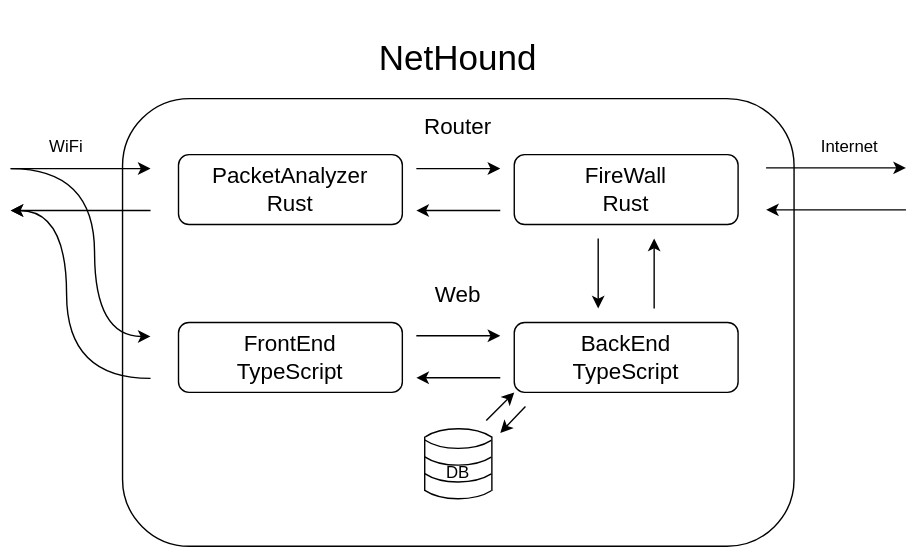
This is public/NetHoundDiagrama.svg from flipps12/NetHound-Web, a draw.io export, as it was before one commit. Source tidied: cells renumbered, new cells last; positions are measured from the earlier drawing's top-left corner, leaving out a move shared by most shapes.
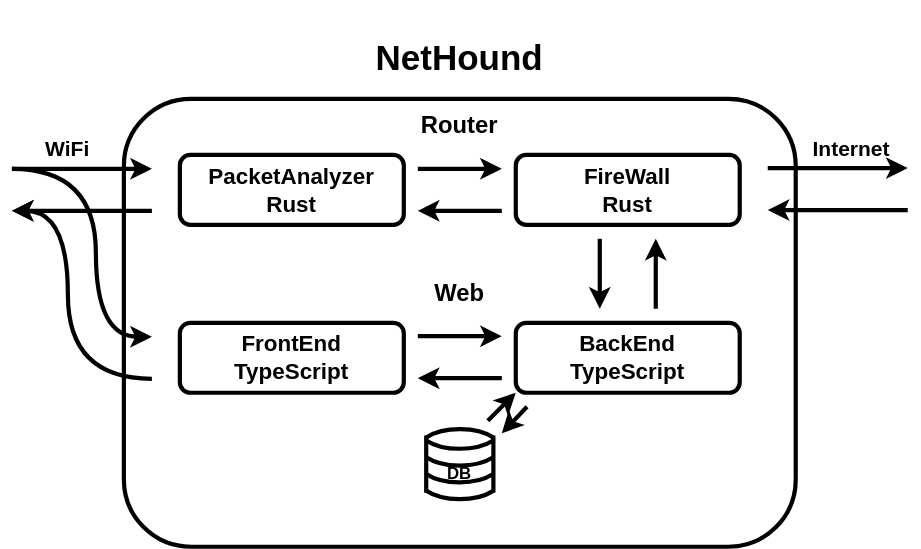
The same diagram one commit later.

Commit message:
Diagrama - titulo

Diff of the diagram source:
```diff
@@ -2,85 +2,85 @@
   <root>
     <mxCell id="0" />
     <mxCell id="1" parent="0" />
-    <mxCell id="2" value="&lt;font style=&quot;font-size: 16px;&quot;&gt;PacketAnalyzer&lt;/font&gt;&lt;div&gt;&lt;font style=&quot;font-size: 16px;&quot;&gt;Rust&lt;/font&gt;&lt;/div&gt;" style="rounded=1;whiteSpace=wrap;html=1;gradientColor=default;fillColor=none;" parent="1" vertex="1">
+    <mxCell id="2" value="&lt;font style=&quot;font-size: 16px;&quot;&gt;PacketAnalyzer&lt;/font&gt;&lt;div&gt;&lt;font style=&quot;font-size: 16px;&quot;&gt;Rust&lt;/font&gt;&lt;/div&gt;" style="rounded=1;whiteSpace=wrap;html=1;gradientColor=default;fillColor=none;strokeWidth=3;fontStyle=1;" parent="1" vertex="1">
       <mxGeometry x="120" y="110" width="160" height="50" as="geometry" />
     </mxCell>
-    <mxCell id="3" value="&lt;font style=&quot;font-size: 25px;&quot;&gt;NetHound&lt;/font&gt;" style="text;html=1;align=center;verticalAlign=middle;whiteSpace=wrap;rounded=0;" parent="1" vertex="1">
+    <mxCell id="3" value="&lt;font style=&quot;font-size: 25px;&quot;&gt;NetHound&lt;/font&gt;" style="text;html=1;align=center;verticalAlign=middle;whiteSpace=wrap;rounded=0;strokeWidth=3;fontStyle=1;" parent="1" vertex="1">
       <mxGeometry x="240" width="160" height="80" as="geometry" />
     </mxCell>
-    <mxCell id="4" value="&lt;font style=&quot;font-size: 16px;&quot;&gt;FireWall&lt;/font&gt;&lt;div&gt;&lt;font style=&quot;font-size: 16px;&quot;&gt;Rust&lt;/font&gt;&lt;/div&gt;" style="rounded=1;whiteSpace=wrap;html=1;gradientColor=default;fillColor=none;" parent="1" vertex="1">
+    <mxCell id="4" value="&lt;font style=&quot;font-size: 16px;&quot;&gt;FireWall&lt;/font&gt;&lt;div&gt;&lt;font style=&quot;font-size: 16px;&quot;&gt;Rust&lt;/font&gt;&lt;/div&gt;" style="rounded=1;whiteSpace=wrap;html=1;gradientColor=default;fillColor=none;strokeWidth=3;fontStyle=1;" parent="1" vertex="1">
       <mxGeometry x="360" y="110" width="160" height="50" as="geometry" />
     </mxCell>
-    <mxCell id="5" value="&lt;span style=&quot;font-size: 16px;&quot;&gt;FrontEnd&lt;/span&gt;&lt;div&gt;&lt;span style=&quot;font-size: 16px;&quot;&gt;TypeScript&lt;/span&gt;&lt;span style=&quot;color: rgba(0, 0, 0, 0); font-family: monospace; font-size: 0px; text-align: start; text-wrap-mode: nowrap; background-color: transparent;&quot;&gt;%3CmxGraphModel%3E%3Croot%3E%3CmxCell%20id%3D%220%22%2F%3E%3CmxCell%20id%3D%221%22%20parent%3D%220%22%2F%3E%3CmxCell%20id%3D%222%22%20value%3D%22%26lt%3Bfont%20style%3D%26quot%3Bfont-size%3A%2016px%3B%26quot%3B%26gt%3BPacketAnalyzer%26lt%3B%2Ffont%26gt%3B%26lt%3Bdiv%26gt%3B%26lt%3Bfont%20style%3D%26quot%3Bfont-size%3A%2016px%3B%26quot%3B%26gt%3BRust%26lt%3B%2Ffont%26gt%3B%26lt%3B%2Fdiv%26gt%3B%22%20style%3D%22rounded%3D1%3BwhiteSpace%3Dwrap%3Bhtml%3D1%3BgradientColor%3Ddefault%3BfillColor%3Dnone%3B%22%20vertex%3D%221%22%20parent%3D%221%22%3E%3CmxGeometry%20x%3D%22270%22%20y%3D%22340%22%20width%3D%22150%22%20height%3D%2250%22%20as%3D%22geometry%22%2F%3E%3C%2FmxCell%3E%3C%2Froot%3E%3C%2FmxGraphModel%3E&lt;/span&gt;&lt;/div&gt;" style="rounded=1;whiteSpace=wrap;html=1;gradientColor=default;fillColor=none;" parent="1" vertex="1">
+    <mxCell id="5" value="&lt;span style=&quot;font-size: 16px;&quot;&gt;FrontEnd&lt;/span&gt;&lt;div&gt;&lt;span style=&quot;font-size: 16px;&quot;&gt;TypeScript&lt;/span&gt;&lt;span style=&quot;color: rgba(0, 0, 0, 0); font-family: monospace; font-size: 0px; text-align: start; text-wrap-mode: nowrap; background-color: transparent;&quot;&gt;%3CmxGraphModel%3E%3Croot%3E%3CmxCell%20id%3D%220%22%2F%3E%3CmxCell%20id%3D%221%22%20parent%3D%220%22%2F%3E%3CmxCell%20id%3D%222%22%20value%3D%22%26lt%3Bfont%20style%3D%26quot%3Bfont-size%3A%2016px%3B%26quot%3B%26gt%3BPacketAnalyzer%26lt%3B%2Ffont%26gt%3B%26lt%3Bdiv%26gt%3B%26lt%3Bfont%20style%3D%26quot%3Bfont-size%3A%2016px%3B%26quot%3B%26gt%3BRust%26lt%3B%2Ffont%26gt%3B%26lt%3B%2Fdiv%26gt%3B%22%20style%3D%22rounded%3D1%3BwhiteSpace%3Dwrap%3Bhtml%3D1%3BgradientColor%3Ddefault%3BfillColor%3Dnone%3B%22%20vertex%3D%221%22%20parent%3D%221%22%3E%3CmxGeometry%20x%3D%22270%22%20y%3D%22340%22%20width%3D%22150%22%20height%3D%2250%22%20as%3D%22geometry%22%2F%3E%3C%2FmxCell%3E%3C%2Froot%3E%3C%2FmxGraphModel%3E&lt;/span&gt;&lt;/div&gt;" style="rounded=1;whiteSpace=wrap;html=1;gradientColor=default;fillColor=none;strokeWidth=3;fontStyle=1;" parent="1" vertex="1">
       <mxGeometry x="120" y="230" width="160" height="50" as="geometry" />
     </mxCell>
-    <mxCell id="6" value="&lt;span style=&quot;font-size: 16px;&quot;&gt;BackEnd&lt;/span&gt;&lt;div&gt;&lt;span style=&quot;font-size: 16px;&quot;&gt;TypeScript&lt;/span&gt;&lt;span style=&quot;color: rgba(0, 0, 0, 0); font-family: monospace; font-size: 0px; text-align: start; text-wrap-mode: nowrap; background-color: transparent;&quot;&gt;%3CmxGraphModel%3E%3Croot%3E%3CmxCell%20id%3D%220%22%2F%3E%3CmxCell%20id%3D%221%22%20parent%3D%220%22%2F%3E%3CmxCell%20id%3D%222%22%20value%3D%22%26lt%3Bfont%20style%3D%26quot%3Bfont-size%3A%2016px%3B%26quot%3B%26gt%3BPacketAnalyzer%26lt%3B%2Ffont%26gt%3B%26lt%3Bdiv%26gt%3B%26lt%3Bfont%20style%3D%26quot%3Bfont-size%3A%2016px%3B%26quot%3B%26gt%3BRust%26lt%3B%2Ffont%26gt%3B%26lt%3B%2Fdiv%26gt%3B%22%20style%3D%22rounded%3D1%3BwhiteSpace%3Dwrap%3Bhtml%3D1%3BgradientColor%3Ddefault%3BfillColor%3Dnone%3B%22%20vertex%3D%221%22%20parent%3D%221%22%3E%3CmxGeometry%20x%3D%22270%22%20y%3D%22340%22%20width%3D%22150%22%20height%3D%2250%22%20as%3D%22geometry%22%2F%3E%3C%2FmxCell%3E%3C%2Froot%3E%3C%2FmxGraphModel%3E&lt;/span&gt;&lt;/div&gt;" style="rounded=1;whiteSpace=wrap;html=1;gradientColor=default;fillColor=none;" parent="1" vertex="1">
+    <mxCell id="6" value="&lt;span style=&quot;font-size: 16px;&quot;&gt;BackEnd&lt;/span&gt;&lt;div&gt;&lt;span style=&quot;font-size: 16px;&quot;&gt;TypeScript&lt;/span&gt;&lt;span style=&quot;color: rgba(0, 0, 0, 0); font-family: monospace; font-size: 0px; text-align: start; text-wrap-mode: nowrap; background-color: transparent;&quot;&gt;%3CmxGraphModel%3E%3Croot%3E%3CmxCell%20id%3D%220%22%2F%3E%3CmxCell%20id%3D%221%22%20parent%3D%220%22%2F%3E%3CmxCell%20id%3D%222%22%20value%3D%22%26lt%3Bfont%20style%3D%26quot%3Bfont-size%3A%2016px%3B%26quot%3B%26gt%3BPacketAnalyzer%26lt%3B%2Ffont%26gt%3B%26lt%3Bdiv%26gt%3B%26lt%3Bfont%20style%3D%26quot%3Bfont-size%3A%2016px%3B%26quot%3B%26gt%3BRust%26lt%3B%2Ffont%26gt%3B%26lt%3B%2Fdiv%26gt%3B%22%20style%3D%22rounded%3D1%3BwhiteSpace%3Dwrap%3Bhtml%3D1%3BgradientColor%3Ddefault%3BfillColor%3Dnone%3B%22%20vertex%3D%221%22%20parent%3D%221%22%3E%3CmxGeometry%20x%3D%22270%22%20y%3D%22340%22%20width%3D%22150%22%20height%3D%2250%22%20as%3D%22geometry%22%2F%3E%3C%2FmxCell%3E%3C%2Froot%3E%3C%2FmxGraphModel%3E&lt;/span&gt;&lt;/div&gt;" style="rounded=1;whiteSpace=wrap;html=1;gradientColor=default;fillColor=none;strokeWidth=3;fontStyle=1;" parent="1" vertex="1">
       <mxGeometry x="360" y="230" width="160" height="50" as="geometry" />
     </mxCell>
-    <mxCell id="7" style="endArrow=classic;html=1;rounded=0;" parent="1" edge="1">
+    <mxCell id="7" style="endArrow=classic;html=1;rounded=0;strokeWidth=3;fontStyle=1;" parent="1" edge="1">
       <mxGeometry relative="1" as="geometry">
         <mxPoint x="290" y="120" as="sourcePoint" />
         <mxPoint x="350" y="120" as="targetPoint" />
       </mxGeometry>
     </mxCell>
-    <mxCell id="8" style="endArrow=classic;html=1;rounded=0;" parent="1" edge="1">
+    <mxCell id="8" style="endArrow=classic;html=1;rounded=0;strokeWidth=3;fontStyle=1;" parent="1" edge="1">
       <mxGeometry relative="1" as="geometry">
         <mxPoint x="350" y="150" as="sourcePoint" />
         <mxPoint x="290" y="150" as="targetPoint" />
       </mxGeometry>
     </mxCell>
-    <mxCell id="9" style="endArrow=classic;html=1;rounded=0;" parent="1" edge="1">
+    <mxCell id="9" style="endArrow=classic;html=1;rounded=0;strokeWidth=3;fontStyle=1;" parent="1" edge="1">
       <mxGeometry relative="1" as="geometry">
         <mxPoint x="290" y="239.6" as="sourcePoint" />
         <mxPoint x="350" y="239.6" as="targetPoint" />
       </mxGeometry>
     </mxCell>
-    <mxCell id="10" style="endArrow=classic;html=1;rounded=0;" parent="1" edge="1">
+    <mxCell id="10" style="endArrow=classic;html=1;rounded=0;strokeWidth=3;fontStyle=1;" parent="1" edge="1">
       <mxGeometry relative="1" as="geometry">
         <mxPoint x="350" y="269.6" as="sourcePoint" />
         <mxPoint x="290" y="269.6" as="targetPoint" />
       </mxGeometry>
     </mxCell>
-    <mxCell id="11" style="endArrow=classic;html=1;rounded=0;" parent="1" edge="1">
+    <mxCell id="11" style="endArrow=classic;html=1;rounded=0;strokeWidth=3;fontStyle=1;" parent="1" edge="1">
       <mxGeometry relative="1" as="geometry">
         <mxPoint x="460" y="220" as="sourcePoint" />
         <mxPoint x="460" y="170" as="targetPoint" />
       </mxGeometry>
     </mxCell>
-    <mxCell id="12" style="endArrow=classic;html=1;rounded=0;" parent="1" edge="1">
+    <mxCell id="12" style="endArrow=classic;html=1;rounded=0;strokeWidth=3;fontStyle=1;" parent="1" edge="1">
       <mxGeometry relative="1" as="geometry">
         <mxPoint x="420" y="170" as="sourcePoint" />
         <mxPoint x="420" y="220" as="targetPoint" />
       </mxGeometry>
     </mxCell>
-    <mxCell id="13" style="rounded=1;whiteSpace=wrap;html=1;fillColor=none;" parent="1" vertex="1">
+    <mxCell id="13" style="rounded=1;whiteSpace=wrap;html=1;fillColor=none;strokeWidth=3;fontStyle=1;" parent="1" vertex="1">
       <mxGeometry x="80" y="70" width="480" height="320" as="geometry" />
     </mxCell>
-    <mxCell id="14" style="endArrow=classic;html=1;rounded=0;" parent="1" edge="1">
+    <mxCell id="14" style="endArrow=classic;html=1;rounded=0;strokeWidth=3;fontStyle=1;" parent="1" edge="1">
       <mxGeometry relative="1" as="geometry">
         <mxPoint y="120" as="sourcePoint" />
         <mxPoint x="100" y="120" as="targetPoint" />
       </mxGeometry>
     </mxCell>
-    <mxCell id="15" style="endArrow=classic;html=1;rounded=0;" parent="1" edge="1">
+    <mxCell id="15" style="endArrow=classic;html=1;rounded=0;strokeWidth=3;fontStyle=1;" parent="1" edge="1">
       <mxGeometry relative="1" as="geometry">
         <mxPoint x="100" y="150" as="sourcePoint" />
         <mxPoint y="150" as="targetPoint" />
       </mxGeometry>
     </mxCell>
-    <mxCell id="16" style="endArrow=classic;html=1;rounded=0;" parent="1" edge="1">
+    <mxCell id="16" style="endArrow=classic;html=1;rounded=0;strokeWidth=3;fontStyle=1;" parent="1" edge="1">
       <mxGeometry relative="1" as="geometry">
         <mxPoint x="540" y="119.5" as="sourcePoint" />
         <mxPoint x="640" y="119.5" as="targetPoint" />
       </mxGeometry>
     </mxCell>
-    <mxCell id="17" style="endArrow=classic;html=1;rounded=0;" parent="1" edge="1">
+    <mxCell id="17" style="endArrow=classic;html=1;rounded=0;strokeWidth=3;fontStyle=1;" parent="1" edge="1">
       <mxGeometry relative="1" as="geometry">
         <mxPoint x="640" y="149.5" as="sourcePoint" />
         <mxPoint x="540" y="149.5" as="targetPoint" />
       </mxGeometry>
     </mxCell>
-    <mxCell id="18" style="curved=1;endArrow=classic;html=1;rounded=0;" parent="1" edge="1">
+    <mxCell id="18" style="curved=1;endArrow=classic;html=1;rounded=0;strokeWidth=3;fontStyle=1;" parent="1" edge="1">
       <mxGeometry relative="1" as="geometry">
         <mxPoint y="120" as="sourcePoint" />
         <mxPoint x="100" y="240" as="targetPoint" />
@@ -90,7 +90,7 @@
         </Array>
       </mxGeometry>
     </mxCell>
-    <mxCell id="19" style="curved=1;endArrow=classic;html=1;rounded=0;" parent="1" edge="1">
+    <mxCell id="19" style="curved=1;endArrow=classic;html=1;rounded=0;strokeWidth=3;fontStyle=1;" parent="1" edge="1">
       <mxGeometry relative="1" as="geometry">
         <mxPoint x="100" y="270" as="sourcePoint" />
         <mxPoint y="150" as="targetPoint" />
@@ -100,55 +100,55 @@
         </Array>
       </mxGeometry>
     </mxCell>
-    <mxCell id="20" value="WiFi" style="text;html=1;align=center;verticalAlign=middle;whiteSpace=wrap;rounded=0;" parent="1" vertex="1">
+    <mxCell id="20" value="WiFi" style="text;html=1;align=center;verticalAlign=middle;whiteSpace=wrap;rounded=0;strokeWidth=3;fontStyle=1;fontSize=15;" parent="1" vertex="1">
       <mxGeometry y="90" width="80" height="30" as="geometry" />
     </mxCell>
-    <mxCell id="21" value="Internet" style="text;html=1;align=center;verticalAlign=middle;whiteSpace=wrap;rounded=0;" parent="1" vertex="1">
+    <mxCell id="21" value="Internet" style="text;html=1;align=center;verticalAlign=middle;whiteSpace=wrap;rounded=0;strokeWidth=3;fontStyle=1;fontSize=15;" parent="1" vertex="1">
       <mxGeometry x="560" y="90" width="80" height="30" as="geometry" />
     </mxCell>
-    <mxCell id="22" style="endArrow=classic;html=1;rounded=0;" parent="1" edge="1">
+    <mxCell id="22" style="endArrow=classic;html=1;rounded=0;strokeWidth=3;fontStyle=1;" parent="1" edge="1">
       <mxGeometry relative="1" as="geometry">
         <mxPoint x="340" y="300" as="sourcePoint" />
         <mxPoint x="360" y="280" as="targetPoint" />
       </mxGeometry>
     </mxCell>
-    <mxCell id="23" style="endArrow=classic;html=1;rounded=0;" parent="1" edge="1">
+    <mxCell id="23" style="endArrow=classic;html=1;rounded=0;strokeWidth=3;fontStyle=1;" parent="1" edge="1">
       <mxGeometry relative="1" as="geometry">
         <mxPoint x="368" y="290" as="sourcePoint" />
         <mxPoint x="350" y="309" as="targetPoint" />
       </mxGeometry>
     </mxCell>
-    <mxCell id="24" style="group;" parent="1" vertex="1">
+    <mxCell id="24" style="group;strokeWidth=3;fontStyle=1;" parent="1" vertex="1">
       <mxGeometry x="290" y="290" width="60" height="66" as="geometry" />
     </mxCell>
-    <mxCell id="25" style="verticalLabelPosition=bottom;verticalAlign=top;html=1;shape=mxgraph.basic.arc;startAngle=0.35616786681902796;endAngle=0.6472844545759097;fillColor=default;" parent="24" vertex="1">
+    <mxCell id="25" style="verticalLabelPosition=bottom;verticalAlign=top;html=1;shape=mxgraph.basic.arc;startAngle=0.35616786681902796;endAngle=0.6472844545759097;fillColor=default;strokeWidth=3;fontStyle=1;" parent="24" vertex="1">
       <mxGeometry width="60" height="30" as="geometry" />
     </mxCell>
-    <mxCell id="26" style="group;" parent="24" vertex="1">
+    <mxCell id="26" style="group;strokeWidth=3;fontStyle=1;" parent="24" vertex="1">
       <mxGeometry y="12" width="60" height="54" as="geometry" />
     </mxCell>
-    <mxCell id="27" style="verticalLabelPosition=bottom;verticalAlign=top;html=1;shape=mxgraph.basic.arc;startAngle=0.35616786681902796;endAngle=0.6472844545759097;" parent="26" vertex="1">
+    <mxCell id="27" style="verticalLabelPosition=bottom;verticalAlign=top;html=1;shape=mxgraph.basic.arc;startAngle=0.35616786681902796;endAngle=0.6472844545759097;strokeWidth=3;fontStyle=1;" parent="26" vertex="1">
       <mxGeometry y="24" width="60" height="30" as="geometry" />
     </mxCell>
-    <mxCell id="28" style="verticalLabelPosition=bottom;verticalAlign=top;html=1;shape=mxgraph.basic.arc;startAngle=0.35616786681902796;endAngle=0.6472844545759097;fillColor=default;" parent="26" vertex="1">
+    <mxCell id="28" style="verticalLabelPosition=bottom;verticalAlign=top;html=1;shape=mxgraph.basic.arc;startAngle=0.35616786681902796;endAngle=0.6472844545759097;fillColor=default;strokeWidth=3;fontStyle=1;" parent="26" vertex="1">
       <mxGeometry y="12" width="60" height="30" as="geometry" />
     </mxCell>
-    <mxCell id="29" style="verticalLabelPosition=bottom;verticalAlign=top;html=1;shape=mxgraph.basic.arc;startAngle=0.35616786681902796;endAngle=0.6472844545759097;" parent="26" vertex="1">
+    <mxCell id="29" style="verticalLabelPosition=bottom;verticalAlign=top;html=1;shape=mxgraph.basic.arc;startAngle=0.35616786681902796;endAngle=0.6472844545759097;strokeWidth=3;fontStyle=1;" parent="26" vertex="1">
       <mxGeometry width="60" height="30" as="geometry" />
     </mxCell>
-    <mxCell id="30" style="verticalLabelPosition=bottom;verticalAlign=top;html=1;shape=mxgraph.basic.arc;startAngle=0.35616786681902796;endAngle=0.6472844545759097;fillColor=default;direction=west;" parent="26" vertex="1">
+    <mxCell id="30" style="verticalLabelPosition=bottom;verticalAlign=top;html=1;shape=mxgraph.basic.arc;startAngle=0.35616786681902796;endAngle=0.6472844545759097;fillColor=default;direction=west;strokeWidth=3;fontStyle=1;" parent="26" vertex="1">
       <mxGeometry y="4" width="60" height="30" as="geometry" />
     </mxCell>
-    <mxCell id="31" style="shape=partialRectangle;whiteSpace=wrap;html=1;top=0;bottom=0;fillColor=none;" parent="26" vertex="1">
+    <mxCell id="31" style="shape=partialRectangle;whiteSpace=wrap;html=1;top=0;bottom=0;fillColor=none;strokeWidth=3;fontStyle=1;" parent="26" vertex="1">
       <mxGeometry x="6" y="10" width="48" height="38" as="geometry" />
     </mxCell>
-    <mxCell id="32" value="DB" style="text;html=1;align=center;verticalAlign=middle;whiteSpace=wrap;rounded=0;" parent="26" vertex="1">
+    <mxCell id="32" value="DB" style="text;html=1;align=center;verticalAlign=middle;whiteSpace=wrap;rounded=0;strokeWidth=3;fontStyle=1;" parent="26" vertex="1">
       <mxGeometry y="21" width="60" height="30" as="geometry" />
     </mxCell>
-    <mxCell id="33" value="&lt;font style=&quot;font-size: 16px;&quot;&gt;Router&lt;/font&gt;" style="text;html=1;align=center;verticalAlign=middle;whiteSpace=wrap;rounded=0;" parent="1" vertex="1">
+    <mxCell id="33" value="&lt;font&gt;Router&lt;/font&gt;" style="text;html=1;align=center;verticalAlign=middle;whiteSpace=wrap;rounded=0;strokeWidth=3;fontStyle=1;fontSize=17;" parent="1" vertex="1">
       <mxGeometry x="280" y="70" width="80" height="40" as="geometry" />
     </mxCell>
-    <mxCell id="34" value="&lt;font style=&quot;font-size: 16px;&quot;&gt;Web&lt;/font&gt;" style="text;html=1;align=center;verticalAlign=middle;whiteSpace=wrap;rounded=0;" parent="1" vertex="1">
+    <mxCell id="34" value="&lt;font&gt;Web&lt;/font&gt;" style="text;html=1;align=center;verticalAlign=middle;whiteSpace=wrap;rounded=0;strokeWidth=3;fontStyle=1;fontSize=17;" parent="1" vertex="1">
       <mxGeometry x="280" y="190" width="80" height="40" as="geometry" />
     </mxCell>
   </root>
```
